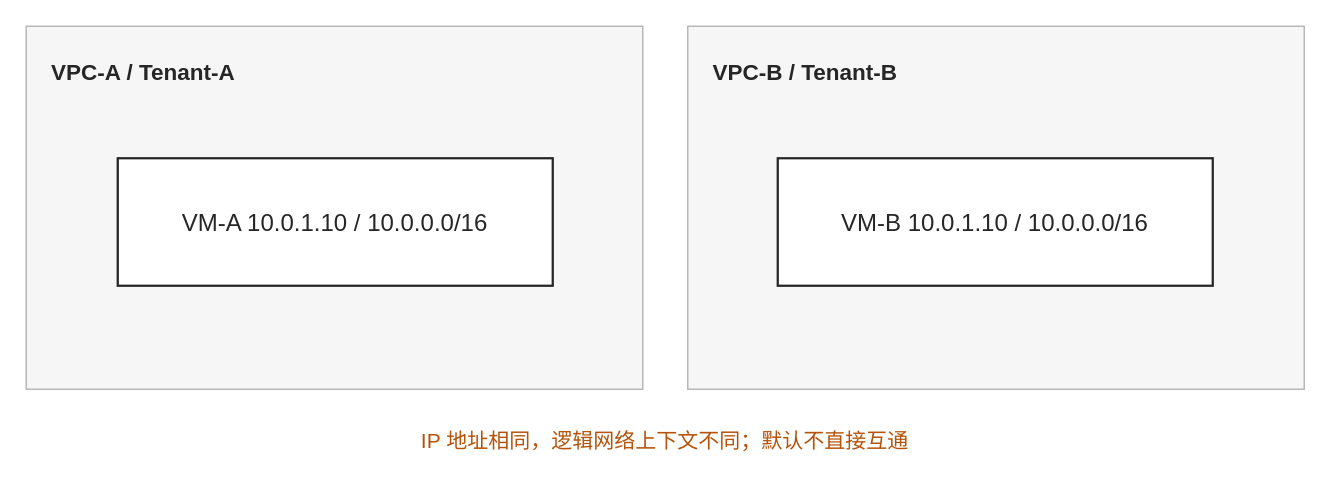
This is diagrams/vpc-isolation.drawio from cafebeef1/cafebeef1.github.io, a draw.io file, before an edit. Source tidied: cells renumbered, new cells numbered last; positions are measured from the earlier drawing's top-left corner, leaving out a move shared by most shapes. Both pictures are drawn from the tidied source at 150%, with x=0, y=0 at pixel (26, 26).
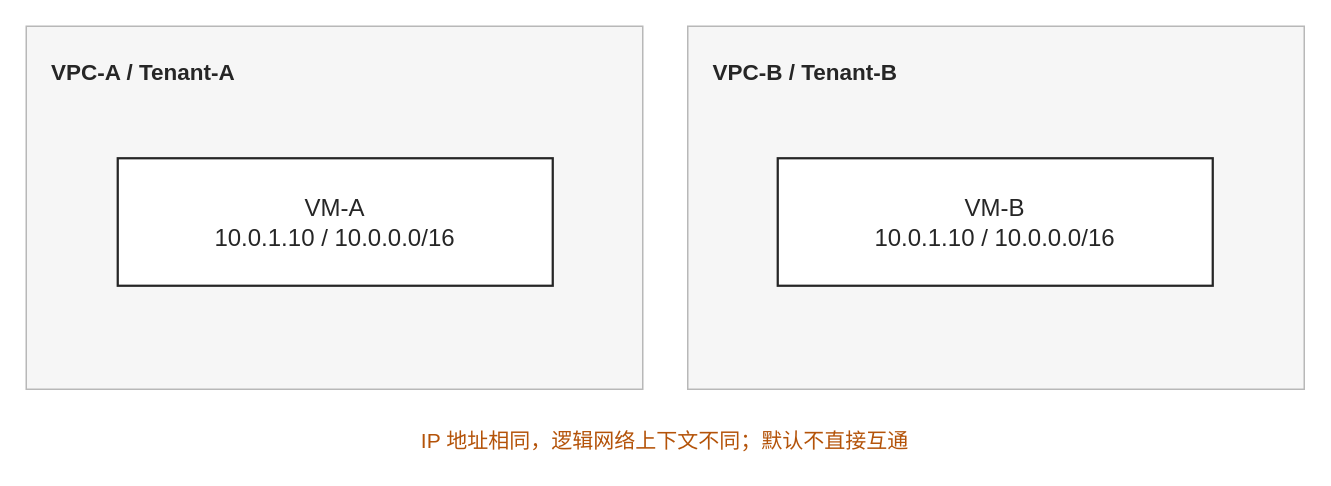
After the change.

The edit, as a diff of the source:
```diff
@@
 <mxGraphModel>
   <root>
     <mxCell id="0" />
     <mxCell id="1" parent="0" />
     <mxCell id="2" value="VPC-A / Tenant-A" style="rounded=0;whiteSpace=wrap;html=0;fillColor=#f6f6f6;strokeColor=#b8b8b8;strokeWidth=1;align=left;verticalAlign=top;spacingTop=15;spacingLeft=15;fontStyle=1;fontSize=15;fontColor=#262626;" parent="1" vertex="1">
       <mxGeometry width="411" height="242" as="geometry" />
     </mxCell>
     <mxCell id="3" value="VPC-B / Tenant-B" style="rounded=0;whiteSpace=wrap;html=0;fillColor=#f6f6f6;strokeColor=#b8b8b8;strokeWidth=1;align=left;verticalAlign=top;spacingTop=15;spacingLeft=15;fontStyle=1;fontSize=15;fontColor=#262626;" parent="1" vertex="1">
       <mxGeometry x="441" width="411" height="242" as="geometry" />
     </mxCell>
-    <mxCell id="4" value="VM-A 10.0.1.10 / 10.0.0.0/16" style="rounded=0;whiteSpace=wrap;html=0;fillColor=#fff;strokeColor=#262626;strokeWidth=1.5;fontSize=16;fontColor=#262626;align=center;verticalAlign=middle;spacing=5;" parent="1" vertex="1">
+    <mxCell id="4" value="VM-A&#10;10.0.1.10 / 10.0.0.0/16" style="rounded=0;whiteSpace=wrap;html=0;fillColor=#fff;strokeColor=#262626;strokeWidth=1.5;fontSize=16;fontColor=#262626;align=center;verticalAlign=middle;spacing=5;" parent="1" vertex="1">
       <mxGeometry x="61" y="88" width="290" height="85" as="geometry" />
     </mxCell>
-    <mxCell id="5" value="VM-B 10.0.1.10 / 10.0.0.0/16" style="rounded=0;whiteSpace=wrap;html=0;fillColor=#fff;strokeColor=#262626;strokeWidth=1.5;fontSize=16;fontColor=#262626;align=center;verticalAlign=middle;spacing=5;" parent="1" vertex="1">
+    <mxCell id="5" value="VM-B&#10;10.0.1.10 / 10.0.0.0/16" style="rounded=0;whiteSpace=wrap;html=0;fillColor=#fff;strokeColor=#262626;strokeWidth=1.5;fontSize=16;fontColor=#262626;align=center;verticalAlign=middle;spacing=5;" parent="1" vertex="1">
       <mxGeometry x="501" y="88" width="290" height="85" as="geometry" />
     </mxCell>
     <mxCell id="6" value="IP 地址相同，逻辑网络上下文不同；默认不直接互通" style="text;html=0;strokeColor=none;fillColor=none;align=center;verticalAlign=middle;fontColor=#b45309;fontSize=14;" parent="1" vertex="1">
       <mxGeometry x="196" y="262" width="460" height="27" as="geometry" />
     </mxCell>
   </root>
 </mxGraphModel>
```
